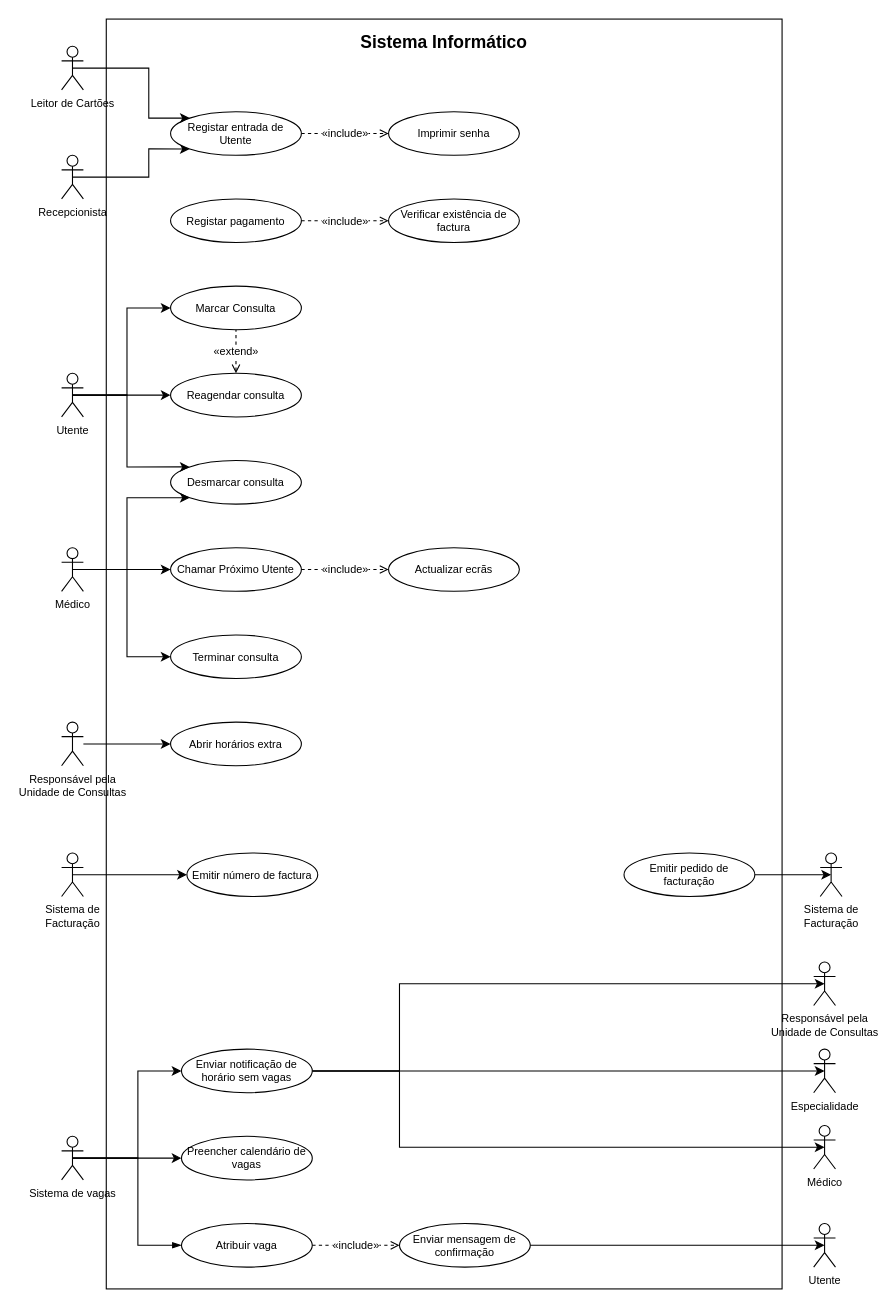
Earlier version of the draw.io diagram page "Geral" (2 of 6) of 1. Diagramas de Use Cases.drawio (carlan92/Hospital_Management_System). Source tidied: cells renumbered, new cells numbered last; positions are measured from the earlier drawing's top-left corner, leaving out a move shared by most shapes. Both pictures are drawn from the tidied source at 109%, with x=0, y=0 at pixel (61, 19).
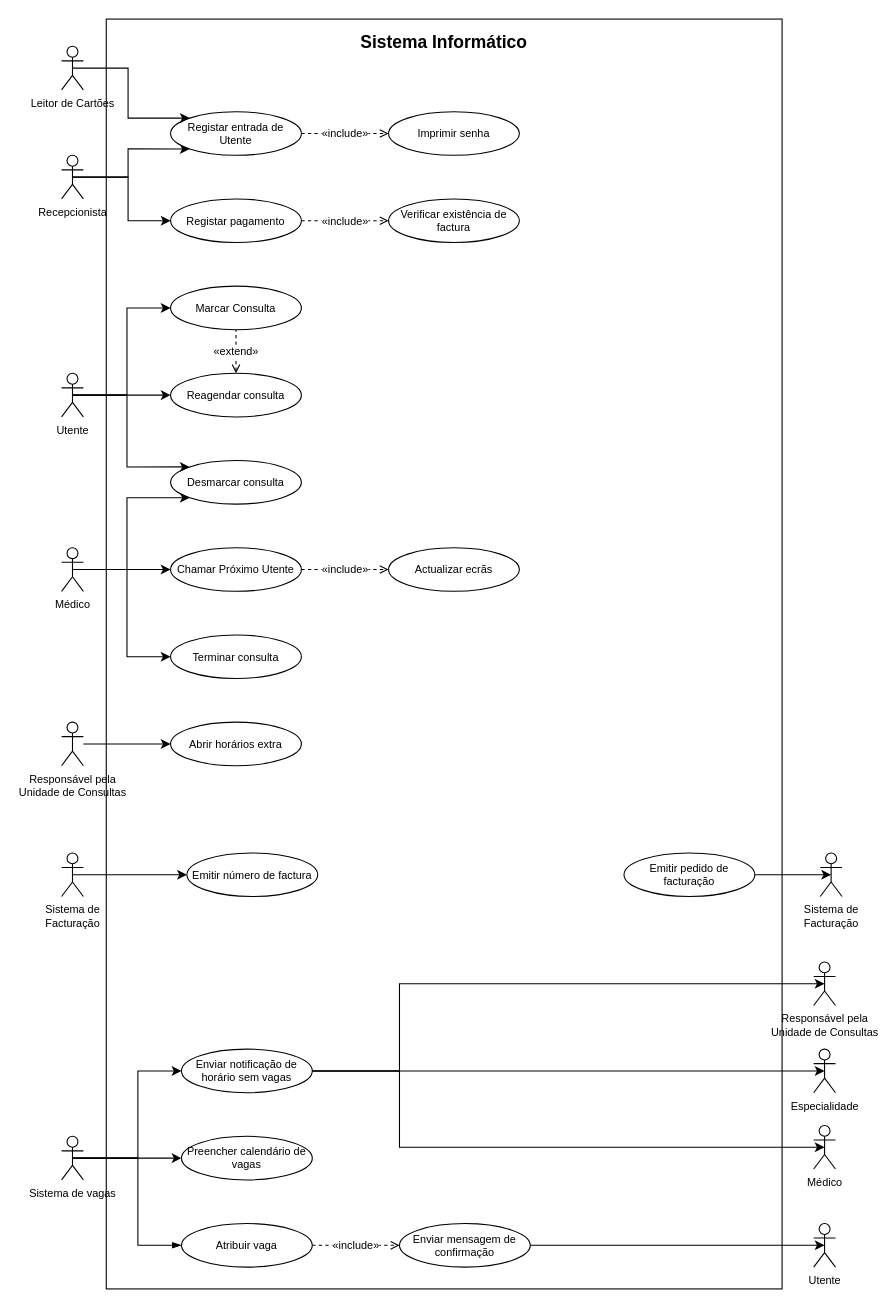
After the change.

Commit message:
pequenas alteracoes

Unchanged cells that the change refers to:
```xml
<mxCell id="4" value="Recepcionista" style="shape=umlActor;verticalLabelPosition=bottom;verticalAlign=top;html=1;outlineConnect=0;fontSize=10;" parent="1" vertex="1">
  <mxGeometry y="125" width="20" height="40" as="geometry" />
</mxCell>
<mxCell id="7" value="Registar entrada de Utente" style="ellipse;whiteSpace=wrap;html=1;fontSize=10;" parent="1" vertex="1">
  <mxGeometry x="100" y="85" width="120" height="40" as="geometry" />
</mxCell>
<mxCell id="9" value="Leitor de Cartões" style="shape=umlActor;verticalLabelPosition=bottom;verticalAlign=top;html=1;outlineConnect=0;fontSize=10;" parent="1" vertex="1">
  <mxGeometry y="25" width="20" height="40" as="geometry" />
</mxCell>
<mxCell id="48" value="Registar pagamento" style="ellipse;whiteSpace=wrap;html=1;fillColor=#FFFFFF;fontSize=10;" parent="1" vertex="1">
  <mxGeometry x="100" y="165" width="120" height="40" as="geometry" />
</mxCell>
```

Diff of the diagram source:
```diff
@@
     <mxCell id="3" style="edgeStyle=orthogonalEdgeStyle;rounded=0;jettySize=auto;html=1;entryX=0;entryY=1;entryDx=0;entryDy=0;fontSize=10;exitX=0.5;exitY=0.5;exitDx=0;exitDy=0;exitPerimeter=0;" parent="1" edge="1" source="4" target="7">
       <mxGeometry relative="1" as="geometry">
         <Array as="points">
-          <mxPoint x="80" y="145" />
-          <mxPoint x="80" y="119" />
+          <mxPoint x="61" y="145" />
+          <mxPoint x="61" y="119" />
         </Array>
       </mxGeometry>
     </mxCell>
+    <mxCell id="56" style="edgeStyle=orthogonalEdgeStyle;rounded=0;jettySize=auto;html=1;exitX=0.5;exitY=0.5;exitDx=0;exitDy=0;exitPerimeter=0;" parent="1" edge="1" source="4" target="48">
+      <mxGeometry relative="1" as="geometry">
+        <Array as="points">
+          <mxPoint x="61" y="145" />
+          <mxPoint x="61" y="185" />
+        </Array>
+      </mxGeometry>
+    </mxCell>
@@
     <mxCell id="8" style="edgeStyle=orthogonalEdgeStyle;rounded=0;jettySize=auto;html=1;entryX=0;entryY=0;entryDx=0;entryDy=0;fontSize=10;exitX=0.5;exitY=0.5;exitDx=0;exitDy=0;exitPerimeter=0;" parent="1" edge="1" source="9" target="7">
       <mxGeometry relative="1" as="geometry">
         <Array as="points">
-          <mxPoint x="80" y="45" />
-          <mxPoint x="80" y="91" />
+          <mxPoint x="61" y="45" />
+          <mxPoint x="61" y="91" />
         </Array>
       </mxGeometry>
     </mxCell>
```
